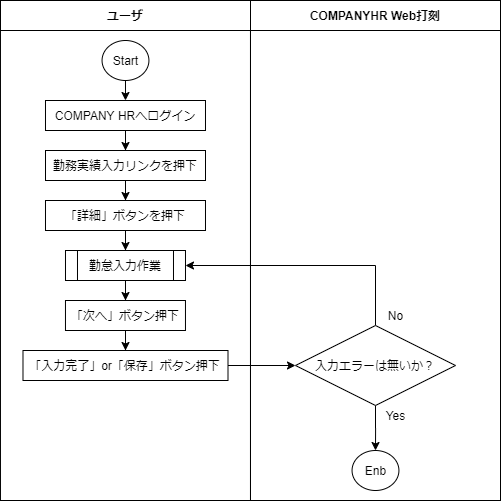
This is doc/drawio/業務フロー(before).png from euphmat/AutoWebDakoku, a draw.io export, as it was before one commit. Source tidied: cells renumbered, new cells last; positions are measured from the earlier drawing's top-left corner, leaving out a move shared by most shapes.
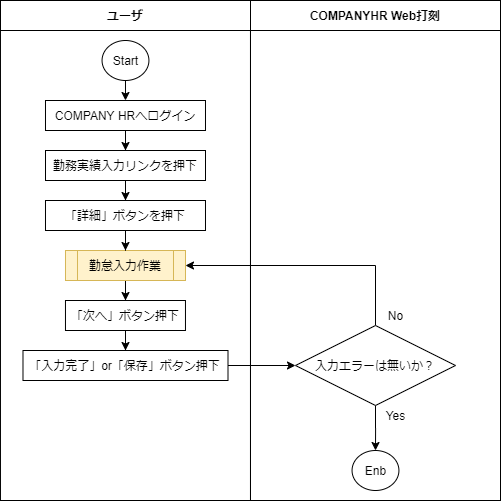
The same file after the commit.

Change to the diagram source:
```diff
@@ -17,7 +17,7 @@
     <mxCell id="6" style="edgeStyle=orthogonalEdgeStyle;rounded=0;jettySize=auto;html=1;exitX=0.5;exitY=1;exitDx=0;exitDy=0;" parent="1" edge="1" source="7" target="24">
       <mxGeometry relative="1" as="geometry" />
     </mxCell>
-    <mxCell id="7" value="勤怠入力作業" style="shape=process;whiteSpace=wrap;html=1;backgroundOutline=1;" parent="1" vertex="1">
+    <mxCell id="7" value="勤怠入力作業" style="shape=process;whiteSpace=wrap;html=1;backgroundOutline=1;fillColor=#fff2cc;strokeColor=#d6b656;" parent="1" vertex="1">
       <mxGeometry x="65" y="250" width="120" height="30" as="geometry" />
     </mxCell>
     <mxCell id="8" style="edgeStyle=orthogonalEdgeStyle;rounded=0;jettySize=auto;html=1;exitX=0.5;exitY=1;exitDx=0;exitDy=0;entryX=0.5;entryY=0;entryDx=0;entryDy=0;" parent="1" edge="1" source="9" target="14">
```
